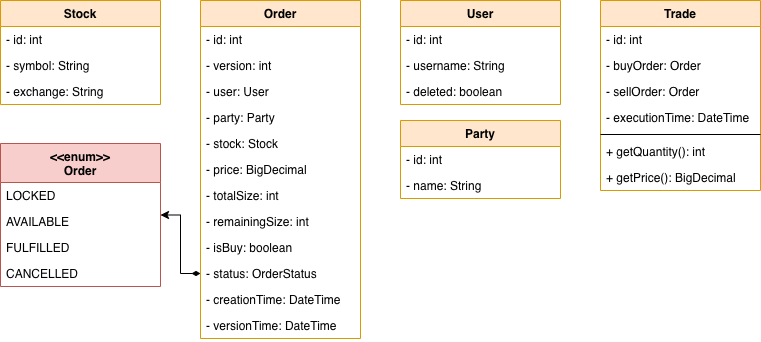
This is docs/entities.png from TomaszMosak/OrderBook, a draw.io export, as it was before one commit. Source tidied: cells renumbered, new cells last; positions are measured from the earlier drawing's top-left corner, leaving out a move shared by most shapes.
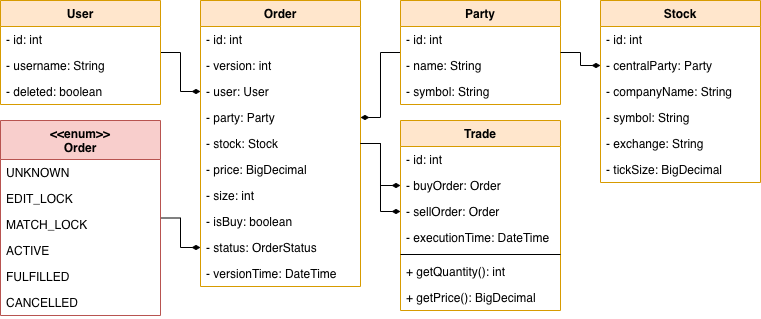
After the commit.

The edit, as a diff of the source:
```diff
@@ -2,119 +2,146 @@
   <root>
     <mxCell id="0" />
     <mxCell id="1" parent="0" />
-    <mxCell id="2" value="Stock" style="swimlane;fontStyle=1;align=center;verticalAlign=top;horizontal=1;startSize=26;fillColor=#ffe6cc;strokeColor=#d79b00;" parent="1" vertex="1">
-      <mxGeometry width="160" height="104" as="geometry" />
+    <mxCell id="2" style="edgeStyle=orthogonalEdgeStyle;rounded=0;jettySize=auto;html=1;startArrow=diamondThin;startFill=1;endArrow=none;endFill=0;" parent="1" edge="1" source="12" target="34">
+      <mxGeometry relative="1" as="geometry" />
     </mxCell>
-    <mxCell id="3" value="- id: int" style="text;strokeColor=none;fillColor=none;align=left;verticalAlign=top;spacingLeft=4;spacingRight=4;overflow=hidden;points=[[0,0.5],[1,0.5]];portConstraint=eastwest;" parent="2" vertex="1">
-      <mxGeometry y="26" width="160" height="26" as="geometry" />
+    <mxCell id="3" value="Order" style="swimlane;fontStyle=1;align=center;verticalAlign=top;horizontal=1;startSize=26;fillColor=#ffe6cc;strokeColor=#d79b00;" parent="1" vertex="1">
+      <mxGeometry x="200" width="160" height="286" as="geometry" />
     </mxCell>
-    <mxCell id="4" value="- symbol: String" style="text;strokeColor=none;fillColor=none;align=left;verticalAlign=top;spacingLeft=4;spacingRight=4;overflow=hidden;" parent="2" vertex="1">
-      <mxGeometry y="52" width="160" height="26" as="geometry" />
+    <mxCell id="4" value="- id: int" style="text;strokeColor=none;fillColor=none;align=left;verticalAlign=top;spacingLeft=4;spacingRight=4;overflow=hidden;" parent="3" vertex="1">
+      <mxGeometry y="26" width="160" height="26" as="geometry" />
     </mxCell>
-    <mxCell id="5" value="- exchange: String" style="text;strokeColor=none;fillColor=none;align=left;verticalAlign=top;spacingLeft=4;spacingRight=4;overflow=hidden;" parent="2" vertex="1">
-      <mxGeometry y="78" width="160" height="26" as="geometry" />
+    <mxCell id="5" value="- version: int" style="text;strokeColor=none;fillColor=none;align=left;verticalAlign=top;spacingLeft=4;spacingRight=4;overflow=hidden;" parent="3" vertex="1">
+      <mxGeometry y="52" width="160" height="26" as="geometry" />
     </mxCell>
-    <mxCell id="6" style="edgeStyle=orthogonalEdgeStyle;rounded=0;jettySize=auto;html=1;startArrow=diamondThin;startFill=1;" parent="1" edge="1" source="37" target="22">
-      <mxGeometry relative="1" as="geometry" />
+    <mxCell id="6" value="- user: User" style="text;strokeColor=none;fillColor=none;align=left;verticalAlign=top;spacingLeft=4;spacingRight=4;overflow=hidden;points=[[0,0.5],[1,0.5]];portConstraint=eastwest;" parent="3" vertex="1">
+      <mxGeometry y="78" width="160" height="26" as="geometry" />
     </mxCell>
-    <mxCell id="7" value="User" style="swimlane;fontStyle=1;align=center;verticalAlign=top;horizontal=1;startSize=26;fillColor=#ffe6cc;strokeColor=#d79b00;" parent="1" vertex="1">
-      <mxGeometry x="400" width="160" height="104" as="geometry" />
+    <mxCell id="7" value="- party: Party" style="text;strokeColor=none;fillColor=none;align=left;verticalAlign=top;spacingLeft=4;spacingRight=4;overflow=hidden;points=[[0,0.5],[1,0.5]];portConstraint=eastwest;" parent="3" vertex="1">
+      <mxGeometry y="104" width="160" height="26" as="geometry" />
     </mxCell>
-    <mxCell id="8" value="- id: int" style="text;strokeColor=none;fillColor=none;align=left;verticalAlign=top;spacingLeft=4;spacingRight=4;overflow=hidden;" parent="7" vertex="1">
-      <mxGeometry y="26" width="160" height="26" as="geometry" />
+    <mxCell id="8" value="- stock: Stock" style="text;strokeColor=none;fillColor=none;align=left;verticalAlign=top;spacingLeft=4;spacingRight=4;overflow=hidden;" parent="3" vertex="1">
+      <mxGeometry y="130" width="160" height="26" as="geometry" />
     </mxCell>
-    <mxCell id="9" value="- username: String" style="text;strokeColor=none;fillColor=none;align=left;verticalAlign=top;spacingLeft=4;spacingRight=4;overflow=hidden;" parent="7" vertex="1">
-      <mxGeometry y="52" width="160" height="26" as="geometry" />
+    <mxCell id="9" value="- price: BigDecimal" style="text;strokeColor=none;fillColor=none;align=left;verticalAlign=top;spacingLeft=4;spacingRight=4;overflow=hidden;" parent="3" vertex="1">
+      <mxGeometry y="156" width="160" height="26" as="geometry" />
     </mxCell>
-    <mxCell id="10" value="- deleted: boolean" style="text;strokeColor=none;fillColor=none;align=left;verticalAlign=top;spacingLeft=4;spacingRight=4;overflow=hidden;" parent="7" vertex="1">
-      <mxGeometry y="78" width="160" height="26" as="geometry" />
+    <mxCell id="10" value="- size: int" style="text;strokeColor=none;fillColor=none;align=left;verticalAlign=top;spacingLeft=4;spacingRight=4;overflow=hidden;" parent="3" vertex="1">
+      <mxGeometry y="182" width="160" height="26" as="geometry" />
     </mxCell>
-    <mxCell id="11" value="Trade" style="swimlane;fontStyle=1;align=center;verticalAlign=top;horizontal=1;startSize=26;fillColor=#ffe6cc;strokeColor=#d79b00;" parent="1" vertex="1">
-      <mxGeometry x="600" width="160" height="190" as="geometry" />
+    <mxCell id="11" value="- isBuy: boolean" style="text;strokeColor=none;fillColor=none;align=left;verticalAlign=top;spacingLeft=4;spacingRight=4;overflow=hidden;" parent="3" vertex="1">
+      <mxGeometry y="208" width="160" height="26" as="geometry" />
     </mxCell>
-    <mxCell id="12" value="- id: int" style="text;strokeColor=none;fillColor=none;align=left;verticalAlign=top;spacingLeft=4;spacingRight=4;overflow=hidden;points=[[0,0.5],[1,0.5]];portConstraint=eastwest;" parent="11" vertex="1">
-      <mxGeometry y="26" width="160" height="26" as="geometry" />
+    <mxCell id="12" value="- status: OrderStatus" style="text;strokeColor=none;fillColor=none;align=left;verticalAlign=top;spacingLeft=4;spacingRight=4;overflow=hidden;points=[[0,0.5],[1,0.5]];portConstraint=eastwest;" parent="3" vertex="1">
+      <mxGeometry y="234" width="160" height="26" as="geometry" />
     </mxCell>
-    <mxCell id="13" value="- buyOrder: Order" style="text;strokeColor=none;fillColor=none;align=left;verticalAlign=top;spacingLeft=4;spacingRight=4;overflow=hidden;" parent="11" vertex="1">
-      <mxGeometry y="52" width="160" height="26" as="geometry" />
+    <mxCell id="13" value="- versionTime: DateTime" style="text;strokeColor=none;fillColor=none;align=left;verticalAlign=top;spacingLeft=4;spacingRight=4;overflow=hidden;" parent="3" vertex="1">
+      <mxGeometry y="260" width="160" height="26" as="geometry" />
     </mxCell>
-    <mxCell id="14" value="- sellOrder: Order" style="text;strokeColor=none;fillColor=none;align=left;verticalAlign=top;spacingLeft=4;spacingRight=4;overflow=hidden;" parent="11" vertex="1">
-      <mxGeometry y="78" width="160" height="26" as="geometry" />
+    <mxCell id="14" style="edgeStyle=orthogonalEdgeStyle;rounded=0;jettySize=auto;html=1;startArrow=diamondThin;startFill=1;endArrow=none;endFill=0;" parent="1" edge="1" source="7" target="20">
+      <mxGeometry relative="1" as="geometry" />
     </mxCell>
-    <mxCell id="15" value="- executionTime: DateTime" style="text;strokeColor=none;fillColor=none;align=left;verticalAlign=top;spacingLeft=4;spacingRight=4;overflow=hidden;" parent="11" vertex="1">
-      <mxGeometry y="104" width="160" height="26" as="geometry" />
+    <mxCell id="15" style="edgeStyle=orthogonalEdgeStyle;rounded=0;jettySize=auto;html=1;startArrow=diamondThin;startFill=1;endArrow=none;endFill=0;" parent="1" edge="1" source="6" target="16">
+      <mxGeometry relative="1" as="geometry" />
     </mxCell>
-    <mxCell id="16" style="line;strokeWidth=1;fillColor=none;align=left;verticalAlign=middle;spacingTop=-1;spacingLeft=3;spacingRight=3;labelPosition=right;points=[];portConstraint=eastwest;" parent="11" vertex="1">
-      <mxGeometry y="130" width="160" height="8" as="geometry" />
+    <mxCell id="16" value="User" style="swimlane;fontStyle=1;align=center;verticalAlign=top;horizontal=1;startSize=26;fillColor=#ffe6cc;strokeColor=#d79b00;" parent="1" vertex="1">
+      <mxGeometry width="160" height="104" as="geometry" />
     </mxCell>
-    <mxCell id="17" value="+ getQuantity(): int" style="text;strokeColor=none;fillColor=none;align=left;verticalAlign=top;spacingLeft=4;spacingRight=4;overflow=hidden;" parent="11" vertex="1">
-      <mxGeometry y="138" width="160" height="26" as="geometry" />
+    <mxCell id="17" value="- id: int" style="text;strokeColor=none;fillColor=none;align=left;verticalAlign=top;spacingLeft=4;spacingRight=4;overflow=hidden;" parent="16" vertex="1">
+      <mxGeometry y="26" width="160" height="26" as="geometry" />
     </mxCell>
-    <mxCell id="18" value="+ getPrice(): BigDecimal" style="text;strokeColor=none;fillColor=none;align=left;verticalAlign=top;spacingLeft=4;spacingRight=4;overflow=hidden;" parent="11" vertex="1">
-      <mxGeometry y="164" width="160" height="26" as="geometry" />
+    <mxCell id="18" value="- username: String" style="text;strokeColor=none;fillColor=none;align=left;verticalAlign=top;spacingLeft=4;spacingRight=4;overflow=hidden;" parent="16" vertex="1">
+      <mxGeometry y="52" width="160" height="26" as="geometry" />
     </mxCell>
-    <mxCell id="19" value="Party" style="swimlane;fontStyle=1;align=center;verticalAlign=top;horizontal=1;startSize=26;fillColor=#ffe6cc;strokeColor=#d79b00;" parent="1" vertex="1">
-      <mxGeometry x="400" y="120" width="160" height="78" as="geometry" />
+    <mxCell id="19" value="- deleted: boolean" style="text;strokeColor=none;fillColor=none;align=left;verticalAlign=top;spacingLeft=4;spacingRight=4;overflow=hidden;" parent="16" vertex="1">
+      <mxGeometry y="78" width="160" height="26" as="geometry" />
     </mxCell>
-    <mxCell id="20" value="- id: int" style="text;strokeColor=none;fillColor=none;align=left;verticalAlign=top;spacingLeft=4;spacingRight=4;overflow=hidden;points=[[0,0.5],[1,0.5]];portConstraint=eastwest;" parent="19" vertex="1">
-      <mxGeometry y="26" width="160" height="26" as="geometry" />
+    <mxCell id="20" value="Party" style="swimlane;fontStyle=1;align=center;verticalAlign=top;horizontal=1;startSize=26;fillColor=#ffe6cc;strokeColor=#d79b00;" parent="1" vertex="1">
+      <mxGeometry x="400" width="160" height="104" as="geometry" />
     </mxCell>
-    <mxCell id="21" value="- name: String" style="text;strokeColor=none;fillColor=none;align=left;verticalAlign=top;spacingLeft=4;spacingRight=4;overflow=hidden;" parent="19" vertex="1">
-      <mxGeometry y="52" width="160" height="26" as="geometry" />
+    <mxCell id="21" value="- id: int" style="text;strokeColor=none;fillColor=none;align=left;verticalAlign=top;spacingLeft=4;spacingRight=4;overflow=hidden;" parent="20" vertex="1">
+      <mxGeometry y="26" width="160" height="26" as="geometry" />
     </mxCell>
-    <mxCell id="22" value="&lt;&lt;enum&gt;&gt;&#10;Order" style="swimlane;fontStyle=1;align=center;verticalAlign=top;horizontal=1;startSize=39;fillColor=#f8cecc;strokeColor=#b85450;" parent="1" vertex="1">
-      <mxGeometry y="143" width="160" height="143" as="geometry" />
+    <mxCell id="22" value="- name: String" style="text;strokeColor=none;fillColor=none;align=left;verticalAlign=top;spacingLeft=4;spacingRight=4;overflow=hidden;points=[[0,0.5],[1,0.5]];portConstraint=eastwest;" parent="20" vertex="1">
+      <mxGeometry y="52" width="160" height="26" as="geometry" />
     </mxCell>
-    <mxCell id="23" value="LOCKED" style="text;strokeColor=none;fillColor=none;align=left;verticalAlign=top;spacingLeft=4;spacingRight=4;overflow=hidden;" parent="22" vertex="1">
-      <mxGeometry y="39" width="160" height="26" as="geometry" />
+    <mxCell id="23" value="- symbol: String" style="text;strokeColor=none;fillColor=none;align=left;verticalAlign=top;spacingLeft=4;spacingRight=4;overflow=hidden;" parent="20" vertex="1">
+      <mxGeometry y="78" width="160" height="26" as="geometry" />
     </mxCell>
-    <mxCell id="24" value="AVAILABLE" style="text;strokeColor=none;fillColor=none;align=left;verticalAlign=top;spacingLeft=4;spacingRight=4;overflow=hidden;" parent="22" vertex="1">
-      <mxGeometry y="65" width="160" height="26" as="geometry" />
+    <mxCell id="24" value="Stock" style="swimlane;fontStyle=1;align=center;verticalAlign=top;horizontal=1;startSize=26;fillColor=#ffe6cc;strokeColor=#d79b00;" parent="1" vertex="1">
+      <mxGeometry x="600" width="160" height="182" as="geometry" />
     </mxCell>
-    <mxCell id="25" value="FULFILLED" style="text;strokeColor=none;fillColor=none;align=left;verticalAlign=top;spacingLeft=4;spacingRight=4;overflow=hidden;" parent="22" vertex="1">
-      <mxGeometry y="91" width="160" height="26" as="geometry" />
+    <mxCell id="25" value="- id: int" style="text;strokeColor=none;fillColor=none;align=left;verticalAlign=top;spacingLeft=4;spacingRight=4;overflow=hidden;" parent="24" vertex="1">
+      <mxGeometry y="26" width="160" height="26" as="geometry" />
     </mxCell>
-    <mxCell id="26" value="CANCELLED" style="text;strokeColor=none;fillColor=none;align=left;verticalAlign=top;spacingLeft=4;spacingRight=4;overflow=hidden;points=[[0,0.5],[1,0.5]];portConstraint=eastwest;" parent="22" vertex="1">
-      <mxGeometry y="117" width="160" height="26" as="geometry" />
+    <mxCell id="26" value="- centralParty: Party" style="text;strokeColor=none;fillColor=none;align=left;verticalAlign=top;spacingLeft=4;spacingRight=4;overflow=hidden;points=[[0,0.5],[1,0.5]];portConstraint=eastwest;" parent="24" vertex="1">
+      <mxGeometry y="52" width="160" height="26" as="geometry" />
     </mxCell>
-    <mxCell id="27" value="Order" style="swimlane;fontStyle=1;align=center;verticalAlign=top;horizontal=1;startSize=26;fillColor=#ffe6cc;strokeColor=#d79b00;" parent="1" vertex="1">
-      <mxGeometry x="200" width="160" height="338" as="geometry" />
+    <mxCell id="27" value="- companyName: String" style="text;strokeColor=none;fillColor=none;align=left;verticalAlign=top;spacingLeft=4;spacingRight=4;overflow=hidden;" parent="24" vertex="1">
+      <mxGeometry y="78" width="160" height="26" as="geometry" />
     </mxCell>
-    <mxCell id="28" value="- id: int" style="text;strokeColor=none;fillColor=none;align=left;verticalAlign=top;spacingLeft=4;spacingRight=4;overflow=hidden;" parent="27" vertex="1">
-      <mxGeometry y="26" width="160" height="26" as="geometry" />
+    <mxCell id="28" value="- symbol: String" style="text;strokeColor=none;fillColor=none;align=left;verticalAlign=top;spacingLeft=4;spacingRight=4;overflow=hidden;" parent="24" vertex="1">
+      <mxGeometry y="104" width="160" height="26" as="geometry" />
     </mxCell>
-    <mxCell id="29" value="- version: int" style="text;strokeColor=none;fillColor=none;align=left;verticalAlign=top;spacingLeft=4;spacingRight=4;overflow=hidden;" parent="27" vertex="1">
-      <mxGeometry y="52" width="160" height="26" as="geometry" />
+    <mxCell id="29" value="- exchange: String" style="text;strokeColor=none;fillColor=none;align=left;verticalAlign=top;spacingLeft=4;spacingRight=4;overflow=hidden;" parent="24" vertex="1">
+      <mxGeometry y="130" width="160" height="26" as="geometry" />
     </mxCell>
-    <mxCell id="30" value="- user: User" style="text;strokeColor=none;fillColor=none;align=left;verticalAlign=top;spacingLeft=4;spacingRight=4;overflow=hidden;" parent="27" vertex="1">
-      <mxGeometry y="78" width="160" height="26" as="geometry" />
+    <mxCell id="30" value="- tickSize: BigDecimal" style="text;strokeColor=none;fillColor=none;align=left;verticalAlign=top;spacingLeft=4;spacingRight=4;overflow=hidden;" parent="24" vertex="1">
+      <mxGeometry y="156" width="160" height="26" as="geometry" />
     </mxCell>
-    <mxCell id="31" value="- party: Party" style="text;strokeColor=none;fillColor=none;align=left;verticalAlign=top;spacingLeft=4;spacingRight=4;overflow=hidden;" parent="27" vertex="1">
-      <mxGeometry y="104" width="160" height="26" as="geometry" />
+    <mxCell id="31" style="edgeStyle=orthogonalEdgeStyle;rounded=0;jettySize=auto;html=1;startArrow=diamondThin;startFill=1;endArrow=none;endFill=0;" parent="1" edge="1" source="26" target="20">
+      <mxGeometry relative="1" as="geometry" />
     </mxCell>
-    <mxCell id="32" value="- stock: Stock" style="text;strokeColor=none;fillColor=none;align=left;verticalAlign=top;spacingLeft=4;spacingRight=4;overflow=hidden;" parent="27" vertex="1">
-      <mxGeometry y="130" width="160" height="26" as="geometry" />
+    <mxCell id="32" style="edgeStyle=orthogonalEdgeStyle;rounded=0;jettySize=auto;html=1;startArrow=diamondThin;startFill=1;endArrow=none;endFill=0;" parent="1" edge="1" source="43" target="3">
+      <mxGeometry relative="1" as="geometry" />
     </mxCell>
-    <mxCell id="33" value="- price: BigDecimal" style="text;strokeColor=none;fillColor=none;align=left;verticalAlign=top;spacingLeft=4;spacingRight=4;overflow=hidden;" parent="27" vertex="1">
-      <mxGeometry y="156" width="160" height="26" as="geometry" />
+    <mxCell id="33" style="edgeStyle=orthogonalEdgeStyle;rounded=0;jettySize=auto;html=1;startArrow=diamondThin;startFill=1;endArrow=none;endFill=0;" parent="1" edge="1" source="44" target="3">
+      <mxGeometry relative="1" as="geometry" />
     </mxCell>
-    <mxCell id="34" value="- totalSize: int" style="text;strokeColor=none;fillColor=none;align=left;verticalAlign=top;spacingLeft=4;spacingRight=4;overflow=hidden;points=[[0,0.5],[1,0.5]];portConstraint=eastwest;" parent="27" vertex="1">
-      <mxGeometry y="182" width="160" height="26" as="geometry" />
+    <mxCell id="34" value="&lt;&lt;enum&gt;&gt;&#10;Order" style="swimlane;fontStyle=1;align=center;verticalAlign=top;horizontal=1;startSize=39;fillColor=#f8cecc;strokeColor=#b85450;" parent="1" vertex="1">
+      <mxGeometry y="120" width="160" height="195" as="geometry" />
     </mxCell>
-    <mxCell id="35" value="- remainingSize: int" style="text;strokeColor=none;fillColor=none;align=left;verticalAlign=top;spacingLeft=4;spacingRight=4;overflow=hidden;" parent="27" vertex="1">
-      <mxGeometry y="208" width="160" height="26" as="geometry" />
+    <mxCell id="35" value="UNKNOWN" style="text;strokeColor=none;fillColor=none;align=left;verticalAlign=top;spacingLeft=4;spacingRight=4;overflow=hidden;" parent="34" vertex="1">
+      <mxGeometry y="39" width="160" height="26" as="geometry" />
     </mxCell>
-    <mxCell id="36" value="- isBuy: boolean" style="text;strokeColor=none;fillColor=none;align=left;verticalAlign=top;spacingLeft=4;spacingRight=4;overflow=hidden;" parent="27" vertex="1">
-      <mxGeometry y="234" width="160" height="26" as="geometry" />
+    <mxCell id="36" value="EDIT_LOCK" style="text;strokeColor=none;fillColor=none;align=left;verticalAlign=top;spacingLeft=4;spacingRight=4;overflow=hidden;" parent="34" vertex="1">
+      <mxGeometry y="65" width="160" height="26" as="geometry" />
     </mxCell>
-    <mxCell id="37" value="- status: OrderStatus" style="text;strokeColor=none;fillColor=none;align=left;verticalAlign=top;spacingLeft=4;spacingRight=4;overflow=hidden;points=[[0,0.5],[1,0.5]];portConstraint=eastwest;" parent="27" vertex="1">
-      <mxGeometry y="260" width="160" height="26" as="geometry" />
+    <mxCell id="37" value="MATCH_LOCK" style="text;strokeColor=none;fillColor=none;align=left;verticalAlign=top;spacingLeft=4;spacingRight=4;overflow=hidden;points=[[0,0.5],[1,0.5]];portConstraint=eastwest;" parent="34" vertex="1">
+      <mxGeometry y="91" width="160" height="26" as="geometry" />
     </mxCell>
-    <mxCell id="38" value="- creationTime: DateTime" style="text;strokeColor=none;fillColor=none;align=left;verticalAlign=top;spacingLeft=4;spacingRight=4;overflow=hidden;" parent="27" vertex="1">
-      <mxGeometry y="286" width="160" height="26" as="geometry" />
+    <mxCell id="38" value="ACTIVE" style="text;strokeColor=none;fillColor=none;align=left;verticalAlign=top;spacingLeft=4;spacingRight=4;overflow=hidden;" parent="34" vertex="1">
+      <mxGeometry y="117" width="160" height="26" as="geometry" />
     </mxCell>
-    <mxCell id="39" value="- versionTime: DateTime" style="text;strokeColor=none;fillColor=none;align=left;verticalAlign=top;spacingLeft=4;spacingRight=4;overflow=hidden;" parent="27" vertex="1">
-      <mxGeometry y="312" width="160" height="26" as="geometry" />
+    <mxCell id="39" value="FULFILLED" style="text;strokeColor=none;fillColor=none;align=left;verticalAlign=top;spacingLeft=4;spacingRight=4;overflow=hidden;" parent="34" vertex="1">
+      <mxGeometry y="143" width="160" height="26" as="geometry" />
     </mxCell>
+    <mxCell id="40" value="CANCELLED" style="text;strokeColor=none;fillColor=none;align=left;verticalAlign=top;spacingLeft=4;spacingRight=4;overflow=hidden;" parent="34" vertex="1">
+      <mxGeometry y="169" width="160" height="26" as="geometry" />
+    </mxCell>
+    <mxCell id="41" value="Trade" style="swimlane;fontStyle=1;align=center;verticalAlign=top;horizontal=1;startSize=26;fillColor=#ffe6cc;strokeColor=#d79b00;" parent="1" vertex="1">
+      <mxGeometry x="400" y="120" width="160" height="190" as="geometry" />
+    </mxCell>
+    <mxCell id="42" value="- id: int" style="text;strokeColor=none;fillColor=none;align=left;verticalAlign=top;spacingLeft=4;spacingRight=4;overflow=hidden;" parent="41" vertex="1">
+      <mxGeometry y="26" width="160" height="26" as="geometry" />
+    </mxCell>
+    <mxCell id="43" value="- buyOrder: Order" style="text;strokeColor=none;fillColor=none;align=left;verticalAlign=top;spacingLeft=4;spacingRight=4;overflow=hidden;points=[[0,0.5],[1,0.5]];portConstraint=eastwest;" parent="41" vertex="1">
+      <mxGeometry y="52" width="160" height="26" as="geometry" />
+    </mxCell>
+    <mxCell id="44" value="- sellOrder: Order" style="text;strokeColor=none;fillColor=none;align=left;verticalAlign=top;spacingLeft=4;spacingRight=4;overflow=hidden;points=[[0,0.5],[1,0.5]];portConstraint=eastwest;" parent="41" vertex="1">
+      <mxGeometry y="78" width="160" height="26" as="geometry" />
+    </mxCell>
+    <mxCell id="45" value="- executionTime: DateTime" style="text;strokeColor=none;fillColor=none;align=left;verticalAlign=top;spacingLeft=4;spacingRight=4;overflow=hidden;" parent="41" vertex="1">
+      <mxGeometry y="104" width="160" height="26" as="geometry" />
+    </mxCell>
+    <mxCell id="46" style="line;strokeWidth=1;fillColor=none;align=left;verticalAlign=middle;spacingTop=-1;spacingLeft=3;spacingRight=3;labelPosition=right;" parent="41" vertex="1">
+      <mxGeometry y="130" width="160" height="8" as="geometry" />
+    </mxCell>
+    <mxCell id="47" value="+ getQuantity(): int" style="text;strokeColor=none;fillColor=none;align=left;verticalAlign=top;spacingLeft=4;spacingRight=4;overflow=hidden;" parent="41" vertex="1">
+      <mxGeometry y="138" width="160" height="26" as="geometry" />
+    </mxCell>
+    <mxCell id="48" value="+ getPrice(): BigDecimal" style="text;strokeColor=none;fillColor=none;align=left;verticalAlign=top;spacingLeft=4;spacingRight=4;overflow=hidden;" parent="41" vertex="1">
+      <mxGeometry y="164" width="160" height="26" as="geometry" />
+    </mxCell>
   </root>
 </mxGraphModel>
```
